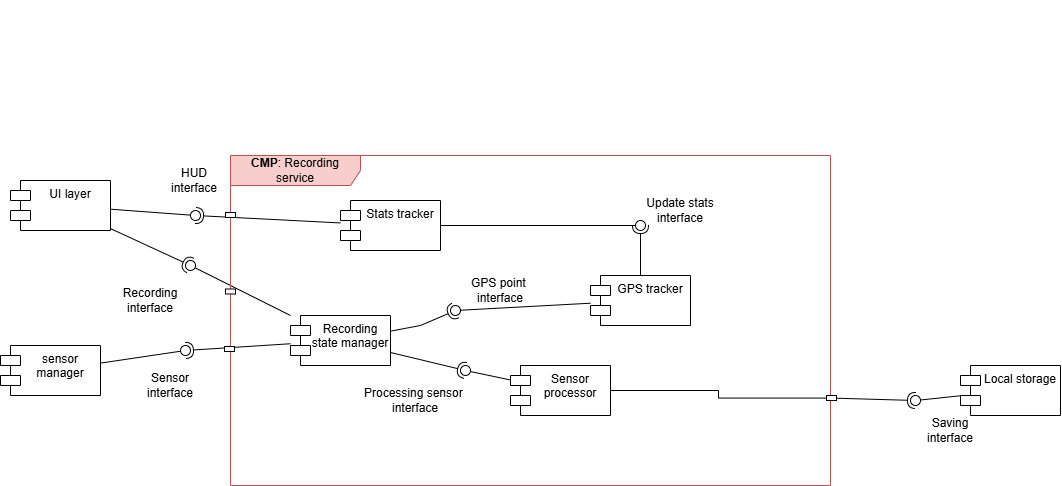
jacopobellosi/Bellosi-Montanelli-Tempobono keeps this draw.io diagram as DD/LaTeXCode/images/componentDiagrams/Component_diagram-Recording_detailed_view.drawio.png. Above is the earlier version. Source tidied: cells renumbered, new cells last; positions are measured from the earlier drawing's top-left corner, leaving out a move shared by most shapes.
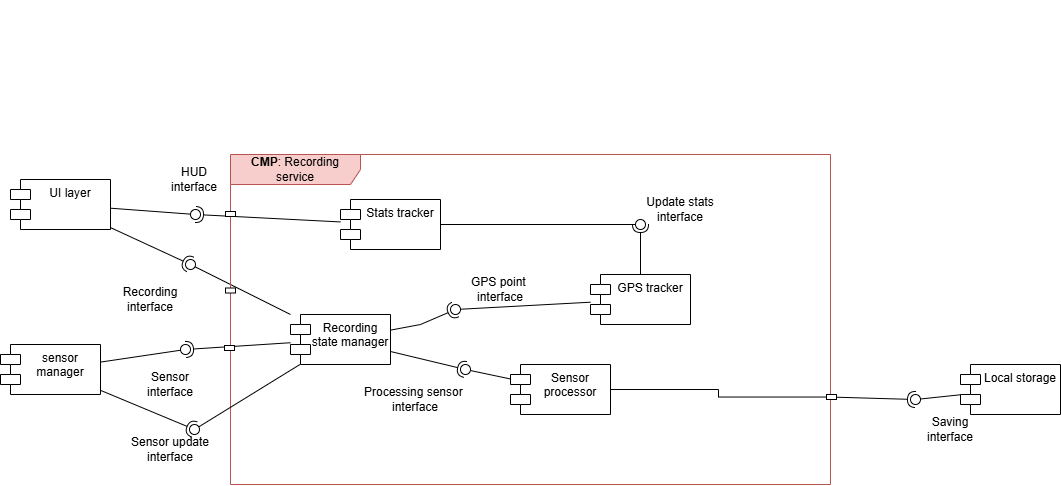
Later version of the same file.

What changed in the source:
```diff
@@ -133,5 +133,17 @@
     <mxCell id="42" value="Update stats&lt;br&gt;interface" style="text;html=1;whiteSpace=wrap;strokeColor=none;fillColor=none;align=center;verticalAlign=middle;rounded=0;" parent="1" vertex="1">
       <mxGeometry x="635" y="195" width="90" height="30" as="geometry" />
     </mxCell>
+    <mxCell id="43" style="rounded=0;jettySize=auto;html=1;endArrow=halfCircle;endFill=0;endSize=6;strokeWidth=1;sketch=0;" parent="1" edge="1" source="3" target="45">
+      <mxGeometry relative="1" as="geometry" />
+    </mxCell>
+    <mxCell id="44" style="rounded=0;jettySize=auto;html=1;endArrow=oval;endFill=0;sketch=0;sourcePerimeterSpacing=0;targetPerimeterSpacing=0;endSize=10;" parent="1" edge="1" source="18" target="45">
+      <mxGeometry relative="1" as="geometry" />
+    </mxCell>
+    <mxCell id="45" style="ellipse;whiteSpace=wrap;html=1;align=center;fillColor=none;strokeColor=none;perimeter=centerPerimeter;points=[];outlineConnect=1;" parent="1" vertex="1">
+      <mxGeometry x="189" y="425" width="10" height="10" as="geometry" />
+    </mxCell>
+    <mxCell id="46" value="Sensor update interface" style="text;html=1;whiteSpace=wrap;strokeColor=none;fillColor=none;align=center;verticalAlign=middle;rounded=0;" parent="1" vertex="1">
+      <mxGeometry x="125" y="435" width="90" height="30" as="geometry" />
+    </mxCell>
   </root>
 </mxGraphModel>
```
